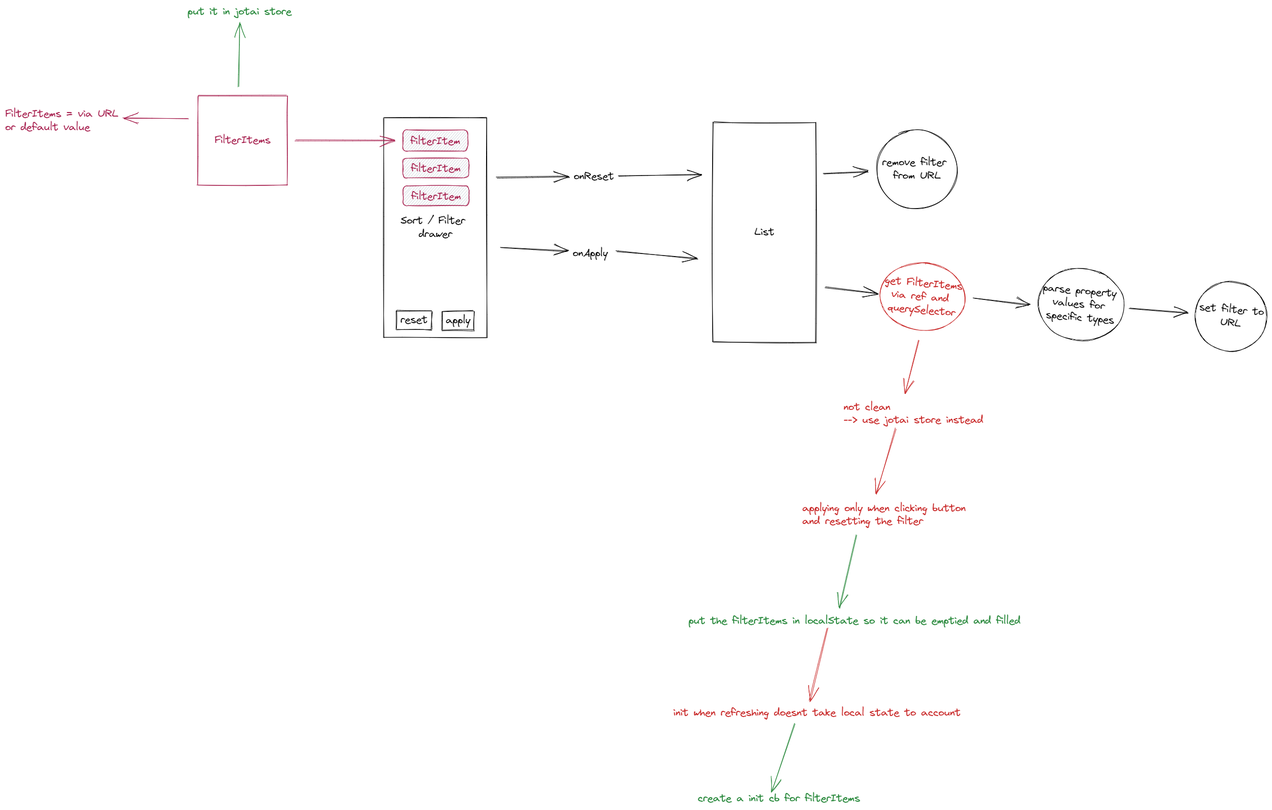
This is notes/filter/client.excalidraw.png from Dyvd4/ticketify, a Excalidraw export, as it was before one commit. Source tidied: one line per element, renumbered; positions are measured from the earlier drawing's top-left corner, leaving out a move shared by most shapes.
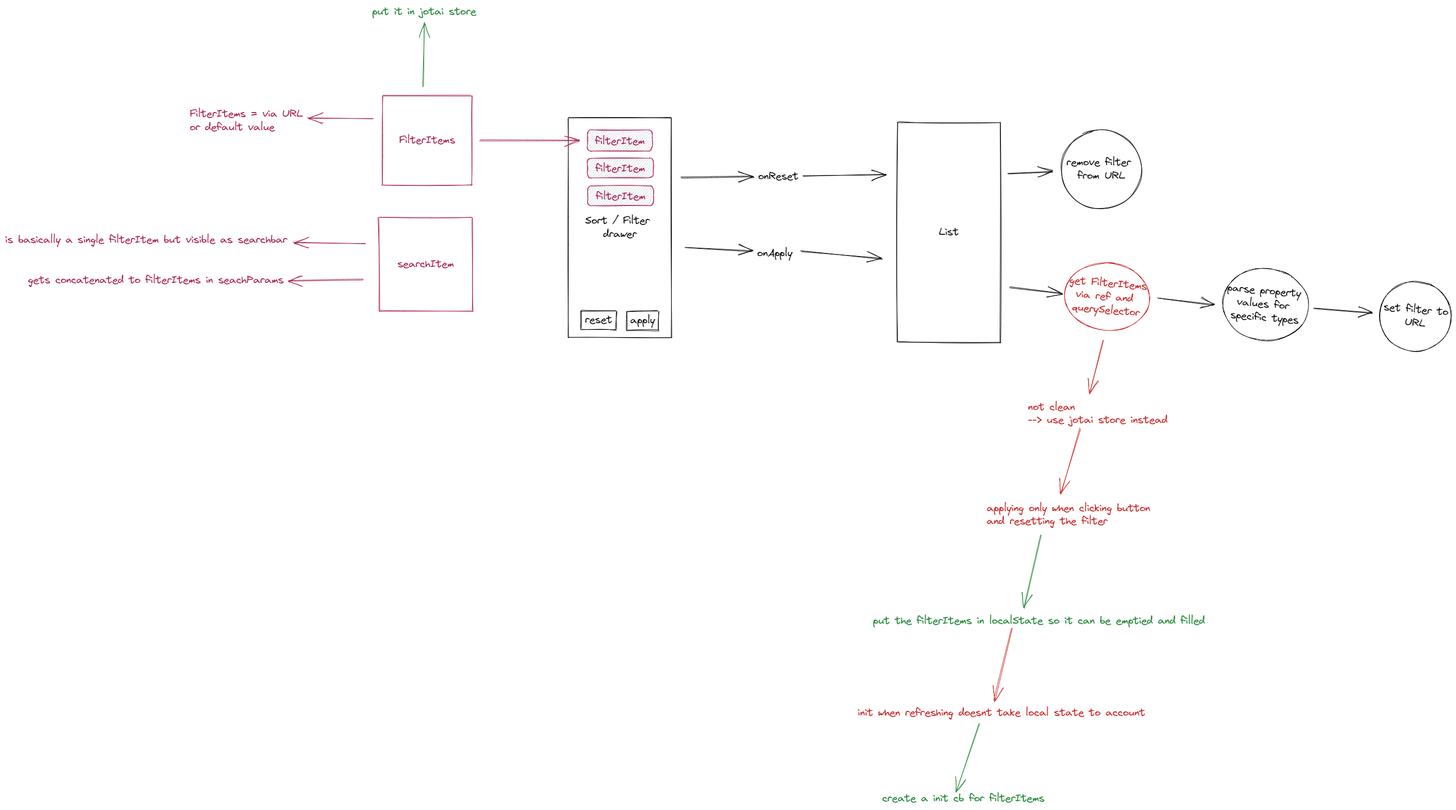
After the change.

What changed in the source:
```diff
@@ -47,3 +47,9 @@
 {"id": 46, "type": "text", "text": "init when refreshing doesnt take local state to account", "strokeColor": "#c92a2a", "strokeWidth": 1, "roughness": 1, "fontSize": 20, "fontFamily": 1, "x": 1295, "y": 1358, "width": 558, "height": 26}
 {"id": 47, "type": "arrow", "strokeColor": "#2b8a3e", "strokeWidth": 1, "roughness": 1, "endArrowhead": "arrow", "from": 46, "to": 48, "x": 1530, "y": 1392, "width": 45, "height": 130, "points": [[0, 0], [-45, 130]]}
 {"id": 48, "type": "text", "text": "create a init cb for filterItems", "strokeColor": "#2b8a3e", "strokeWidth": 1, "roughness": 1, "fontSize": 20, "fontFamily": 1, "x": 1342, "y": 1524, "width": 315, "height": 26}
+{"id": 49, "type": "rectangle", "strokeColor": "#a61e4d", "strokeWidth": 1, "roughness": 1, "x": 367, "y": 412, "width": 181, "height": 181}
+{"id": 50, "type": "text", "text": "searchItem", "strokeColor": "#a61e4d", "strokeWidth": 1, "roughness": 1, "fontSize": 20, "fontFamily": 1, "textAlign": "center", "verticalAlign": "middle", "inside": 49, "x": 372, "y": 489, "width": 171, "height": 26}
+{"id": 51, "type": "text", "text": "gets concatenated to filterItems in seachParams", "strokeColor": "#a61e4d", "strokeWidth": 1, "roughness": 1, "fontSize": 20, "fontFamily": 1, "x": -314, "y": 520, "width": 497, "height": 26}
+{"id": 52, "type": "text", "text": "is basically a single filterItem but visible as searchbar", "strokeColor": "#a61e4d", "strokeWidth": 1, "roughness": 1, "fontSize": 20, "fontFamily": 1, "x": -358, "y": 442, "width": 548, "height": 26}
+{"id": 53, "type": "arrow", "strokeColor": "#a61e4d", "strokeWidth": 1, "roughness": 1, "endArrowhead": "arrow", "from": 49, "to": 52, "x": 341, "y": 462, "width": 140, "height": 2, "points": [[0, 0], [-140, -2]]}
+{"id": 54, "type": "arrow", "strokeColor": "#a61e4d", "strokeWidth": 1, "roughness": 1, "endArrowhead": "arrow", "from": 49, "to": 51, "x": 336, "y": 532, "width": 145, "height": 3, "points": [[0, 0], [-145, 3]]}
```
